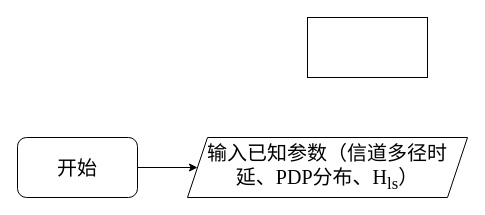
Earlier version of the draw.io diagram 相关阵计算.drawio (JYbrucEupup/zip). Source tidied: cells renumbered, new cells numbered last; positions are measured from the earlier drawing's top-left corner, leaving out a move shared by most shapes. Both pictures are drawn from the tidied source at 100%, with x=0, y=0 at pixel (17, 17).
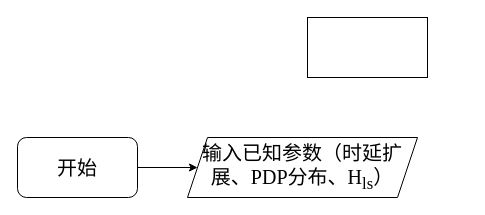
The same diagram, later.

Commit message (it also covers changes not shown here):
更新相关阵计算.drawio

The edit, as a diff of the source:
```diff
@@
 <mxGraphModel>
   <root>
     <mxCell id="0" />
     <mxCell id="1" parent="0" />
     <mxCell id="2" style="edgeStyle=orthogonalEdgeStyle;rounded=0;jettySize=auto;html=1;exitX=1;exitY=0.5;exitDx=0;exitDy=0;entryX=0;entryY=0.5;entryDx=0;entryDy=0;" parent="1" edge="1" source="3" target="5">
       <mxGeometry relative="1" as="geometry" />
     </mxCell>
     <mxCell id="3" value="&lt;font style=&quot;font-size: 20px;&quot; face=&quot;Times New Roman&quot;&gt;开始&lt;/font&gt;" style="rounded=1;whiteSpace=wrap;html=1;" parent="1" vertex="1">
       <mxGeometry y="120" width="120" height="60" as="geometry" />
     </mxCell>
     <mxCell id="4" value="&lt;div style=&quot;text-align: start;&quot;&gt;&lt;br&gt;&lt;/div&gt;" style="rounded=0;whiteSpace=wrap;html=1;" parent="1" vertex="1">
       <mxGeometry x="290" width="120" height="60" as="geometry" />
     </mxCell>
-    <mxCell id="5" value="&lt;span style=&quot;font-family: &amp;quot;Times New Roman&amp;quot;; font-size: 20px;&quot;&gt;输入已知参数（信道多径时延、PDP分布、H&lt;sub&gt;ls&lt;/sub&gt;）&lt;/span&gt;" style="shape=parallelogram;perimeter=parallelogramPerimeter;whiteSpace=wrap;html=1;fixedSize=1;" parent="1" vertex="1">
-      <mxGeometry x="170" y="120" width="280" height="60" as="geometry" />
+    <mxCell id="5" value="&lt;span style=&quot;font-family: &amp;quot;Times New Roman&amp;quot;; font-size: 20px;&quot;&gt;输入已知参数（时延扩展、PDP分布、H&lt;sub&gt;ls&lt;/sub&gt;）&lt;/span&gt;" style="shape=parallelogram;perimeter=parallelogramPerimeter;whiteSpace=wrap;html=1;fixedSize=1;" parent="1" vertex="1">
+      <mxGeometry x="170" y="120" width="230" height="60" as="geometry" />
     </mxCell>
   </root>
 </mxGraphModel>
```
